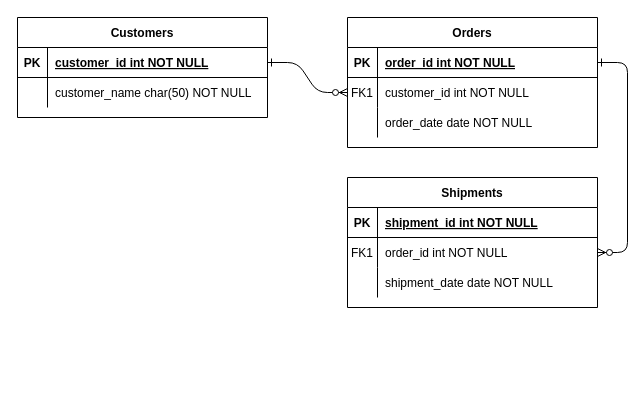
The draw.io diagram Scaler-Schema-Daigram.drawio in geeky-sanjay/class-diagrams, before the edit. Source tidied: cells renumbered, new cells numbered last; positions are measured from the earlier drawing's top-left corner, leaving out a move shared by most shapes. Both pictures are drawn from the tidied source at 100%, with x=0, y=0 at pixel (17, 17).
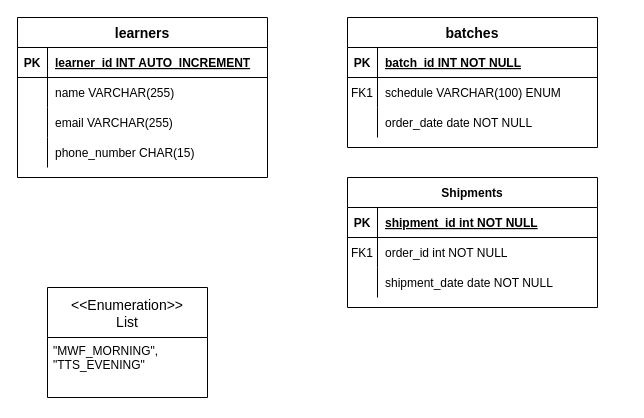
Above is the later version.

Unchanged cells that the change refers to:
```xml
<mxCell id="5" style="shape=partialRectangle;fillColor=none;points=[[0,0.5],[1,0.5]];portConstraint=eastwest;top=0;left=0;right=0;bottom=1;" parent="4" vertex="1">
  <mxGeometry y="30" width="250" height="30" as="geometry" />
</mxCell>
<mxCell id="8" style="shape=partialRectangle;fillColor=none;points=[[0,0.5],[1,0.5]];portConstraint=eastwest;top=0;left=0;right=0;bottom=0;" parent="4" vertex="1">
  <mxGeometry y="60" width="250" height="30" as="geometry" />
</mxCell>
<mxCell id="18" style="shape=partialRectangle;fillColor=none;points=[[0,0.5],[1,0.5]];portConstraint=eastwest;top=0;left=0;right=0;bottom=0;" parent="14" vertex="1">
  <mxGeometry y="60" width="250" height="30" as="geometry" />
</mxCell>
<mxCell id="25" style="shape=partialRectangle;fillColor=none;points=[[0,0.5],[1,0.5]];portConstraint=eastwest;top=0;left=0;right=0;bottom=1;" parent="24" vertex="1">
  <mxGeometry y="30" width="250" height="30" as="geometry" />
</mxCell>
<mxCell id="28" style="shape=partialRectangle;fillColor=none;top=0;left=0;right=0;bottom=0;" parent="24" vertex="1">
  <mxGeometry y="60" width="250" height="30" as="geometry" />
</mxCell>
```

Change to the diagram source:
```diff
@@
-    <mxCell id="2" style="edgeStyle=entityRelationEdgeStyle;endArrow=ERzeroToMany;startArrow=ERone;endFill=1;startFill=0;" parent="1" edge="1" source="25" target="8">
-      <mxGeometry relative="1" as="geometry" />
-    </mxCell>
-    <mxCell id="3" style="edgeStyle=entityRelationEdgeStyle;endArrow=ERzeroToMany;startArrow=ERone;endFill=1;startFill=0;" parent="1" edge="1" source="5" target="18">
-      <mxGeometry relative="1" as="geometry" />
-    </mxCell>
-    <mxCell id="4" value="Orders" style="shape=table;startSize=30;childLayout=tableLayout;rowLines=0;fontStyle=1;align=center;" parent="1" vertex="1">
+    <mxCell id="4" value="batches" style="shape=table;startSize=30;childLayout=tableLayout;rowLines=0;fontStyle=1;align=center;fontSize=14;" parent="1" vertex="1">
       <mxGeometry x="330" width="250" height="130" as="geometry" />
     </mxCell>
@@
-    <mxCell id="7" value="order_id int NOT NULL " style="shape=partialRectangle;overflow=hidden;fillColor=none;top=0;left=0;bottom=0;right=0;align=left;spacingLeft=6;fontStyle=5;" parent="5" vertex="1">
+    <mxCell id="7" value="batch_id INT NOT NULL " style="shape=partialRectangle;overflow=hidden;fillColor=none;top=0;left=0;bottom=0;right=0;align=left;spacingLeft=6;fontStyle=5;" parent="5" vertex="1">
       <mxGeometry x="30" width="220" height="30" as="geometry" />
     </mxCell>
@@
-    <mxCell id="10" value="customer_id int NOT NULL" style="shape=partialRectangle;overflow=hidden;fillColor=none;top=0;left=0;bottom=0;right=0;align=left;spacingLeft=6;" parent="8" vertex="1">
+    <mxCell id="10" value="schedule VARCHAR(100) ENUM" style="shape=partialRectangle;overflow=hidden;fillColor=none;top=0;left=0;bottom=0;right=0;align=left;spacingLeft=6;" parent="8" vertex="1">
       <mxGeometry x="30" width="220" height="30" as="geometry" />
     </mxCell>
@@
-    <mxCell id="24" value="Customers" style="shape=table;startSize=30;childLayout=tableLayout;rowLines=0;fontStyle=1;align=center;" parent="1" vertex="1">
-      <mxGeometry width="250" height="100" as="geometry" />
+    <mxCell id="24" value="learners" style="shape=table;startSize=30;childLayout=tableLayout;rowLines=0;fontStyle=1;align=center;fontSize=14;" parent="1" vertex="1">
+      <mxGeometry width="250" height="160" as="geometry" />
     </mxCell>
@@
-    <mxCell id="27" value="customer_id int NOT NULL " style="shape=partialRectangle;overflow=hidden;fillColor=none;top=0;left=0;bottom=0;right=0;align=left;spacingLeft=6;fontStyle=5;" parent="25" vertex="1">
+    <mxCell id="27" value="learner_id INT AUTO_INCREMENT" style="shape=partialRectangle;overflow=hidden;fillColor=none;top=0;left=0;bottom=0;right=0;align=left;spacingLeft=6;fontStyle=5;" parent="25" vertex="1">
       <mxGeometry x="30" width="220" height="30" as="geometry" />
     </mxCell>
@@
-    <mxCell id="30" value="customer_name char(50) NOT NULL" style="shape=partialRectangle;overflow=hidden;fillColor=none;top=0;left=0;bottom=0;right=0;align=left;spacingLeft=6;" parent="28" vertex="1">
+    <mxCell id="30" value="name VARCHAR(255)" style="shape=partialRectangle;overflow=hidden;fillColor=none;top=0;left=0;bottom=0;right=0;align=left;spacingLeft=6;" parent="28" vertex="1">
       <mxGeometry x="30" width="220" height="30" as="geometry" />
     </mxCell>
+    <mxCell id="31" style="shape=partialRectangle;fillColor=none;top=0;left=0;right=0;bottom=0;" parent="24" vertex="1">
+      <mxGeometry y="90" width="250" height="30" as="geometry" />
+    </mxCell>
+    <mxCell id="32" style="shape=partialRectangle;overflow=hidden;fillColor=none;top=0;left=0;bottom=0;right=0;" parent="31" vertex="1">
+      <mxGeometry width="30" height="30" as="geometry" />
+    </mxCell>
+    <mxCell id="33" value="email VARCHAR(255)" style="shape=partialRectangle;overflow=hidden;fillColor=none;top=0;left=0;bottom=0;right=0;align=left;spacingLeft=6;" parent="31" vertex="1">
+      <mxGeometry x="30" width="220" height="30" as="geometry" />
+    </mxCell>
+    <mxCell id="34" style="shape=partialRectangle;fillColor=none;top=0;left=0;right=0;bottom=0;" parent="24" vertex="1">
+      <mxGeometry y="120" width="250" height="30" as="geometry" />
+    </mxCell>
+    <mxCell id="35" style="shape=partialRectangle;overflow=hidden;fillColor=none;top=0;left=0;bottom=0;right=0;" parent="34" vertex="1">
+      <mxGeometry width="30" height="30" as="geometry" />
+    </mxCell>
+    <mxCell id="36" value="phone_number CHAR(15)" style="shape=partialRectangle;overflow=hidden;fillColor=none;top=0;left=0;bottom=0;right=0;align=left;spacingLeft=6;" parent="34" vertex="1">
+      <mxGeometry x="30" width="220" height="30" as="geometry" />
+    </mxCell>
+    <mxCell id="37" value="&lt;&lt;Enumeration&gt;&gt;&#10;List" style="swimlane;fontStyle=0;horizontal=1;startSize=50;align=center;fontSize=14;" parent="1" vertex="1">
+      <mxGeometry x="30" y="270" width="160" height="110" as="geometry" />
+    </mxCell>
+    <mxCell id="38" value="&quot;MWF_MORNING&quot;, &quot;TTS_EVENING&quot;" style="text;strokeColor=none;fillColor=none;spacingLeft=4;spacingRight=4;overflow=hidden;fontSize=12;whiteSpace=wrap;html=1;" parent="37" vertex="1">
+      <mxGeometry y="50" width="160" height="60" as="geometry" />
+    </mxCell>
```
